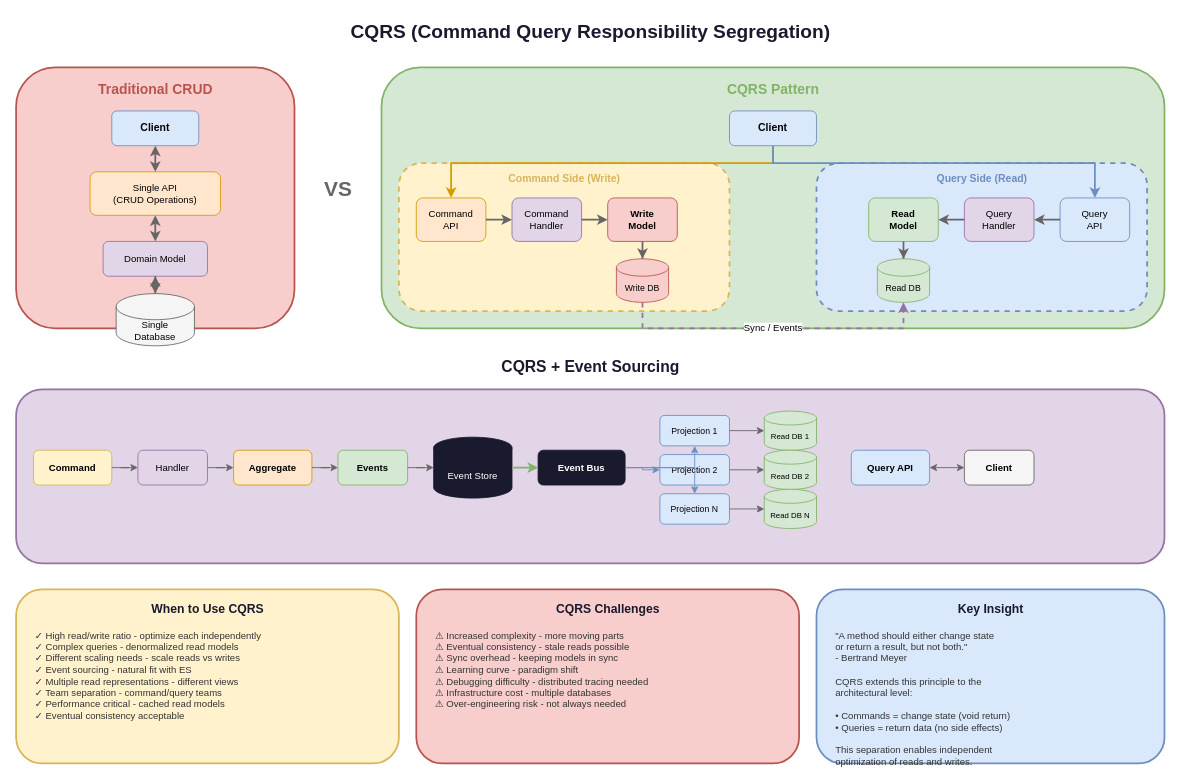
MrParkerZ7/document-lesson-software-architect-x-claude keeps this draw.io diagram as lesson-02-event-driven-architecture/diagrams/3.2-cqrs-pattern.drawio. Above is the earlier version. Source tidied: cells renumbered, new cells numbered last; positions are measured from the earlier drawing's top-left corner, leaving out a move shared by most shapes. Both pictures are drawn from the tidied source at 87%, with x=0, y=0 at pixel (16, 15).
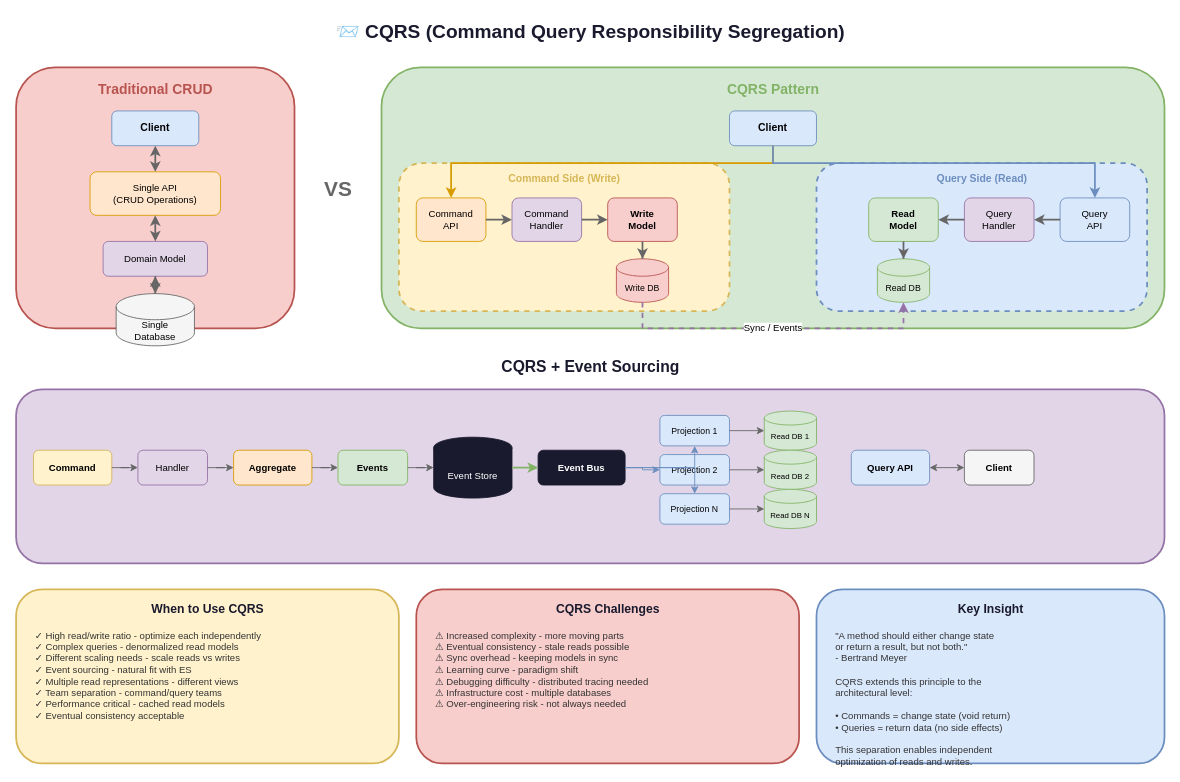
Above is the later version.

Change to the diagram source:
```diff
@@
-    <mxCell id="2" value="CQRS (Command Query Responsibility Segregation)" style="text;html=1;strokeColor=none;fillColor=none;align=center;verticalAlign=middle;fontSize=22;fontStyle=1;fontColor=#1a1a2e;" parent="1" vertex="1">
+    <mxCell id="2" value="📨 CQRS (Command Query Responsibility Segregation)" style="text;html=1;strokeColor=none;fillColor=none;align=center;verticalAlign=middle;fontSize=22;fontStyle=1;fontColor=#1a1a2e;" parent="1" vertex="1">
       <mxGeometry x="310" width="700" height="40" as="geometry" />
     </mxCell>
```
